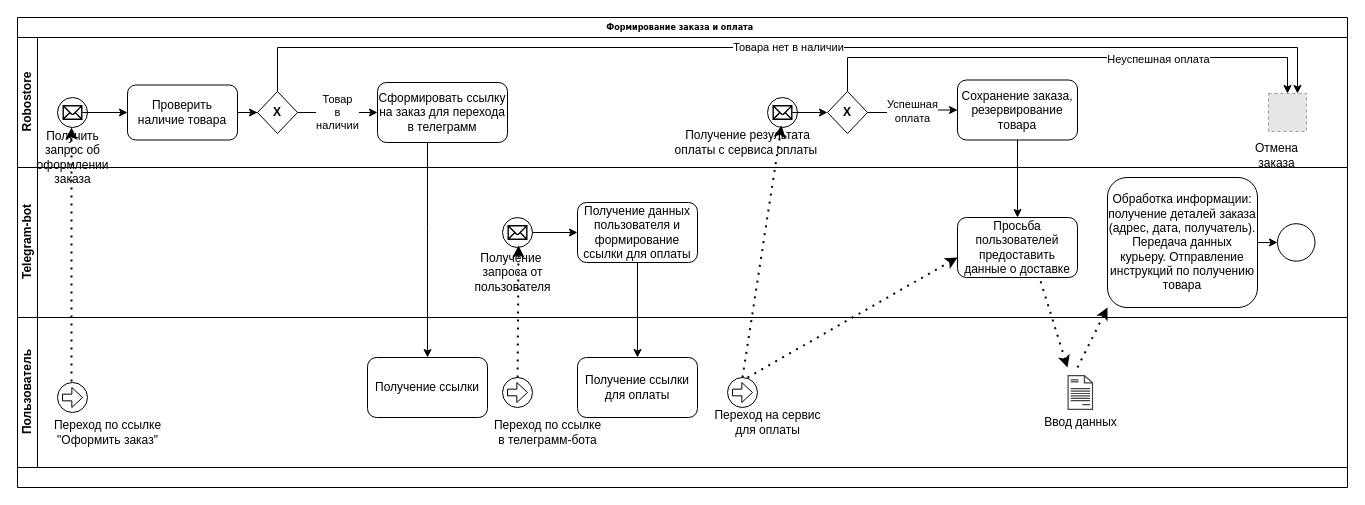
Earlier version of the draw.io diagram computer-systems-design/lab2/проблема 2. диаграмма bpmn.drawio (KaluginaMarina/FourthYearOfItmo). Source tidied: cells renumbered, new cells numbered last; positions are measured from the earlier drawing's top-left corner, leaving out a move shared by most shapes. Both pictures are drawn from the tidied source at 100%, with x=0, y=0 at pixel (17, 17). Pictures stored in the file or linked from it are replaced by grey dashed boxes.
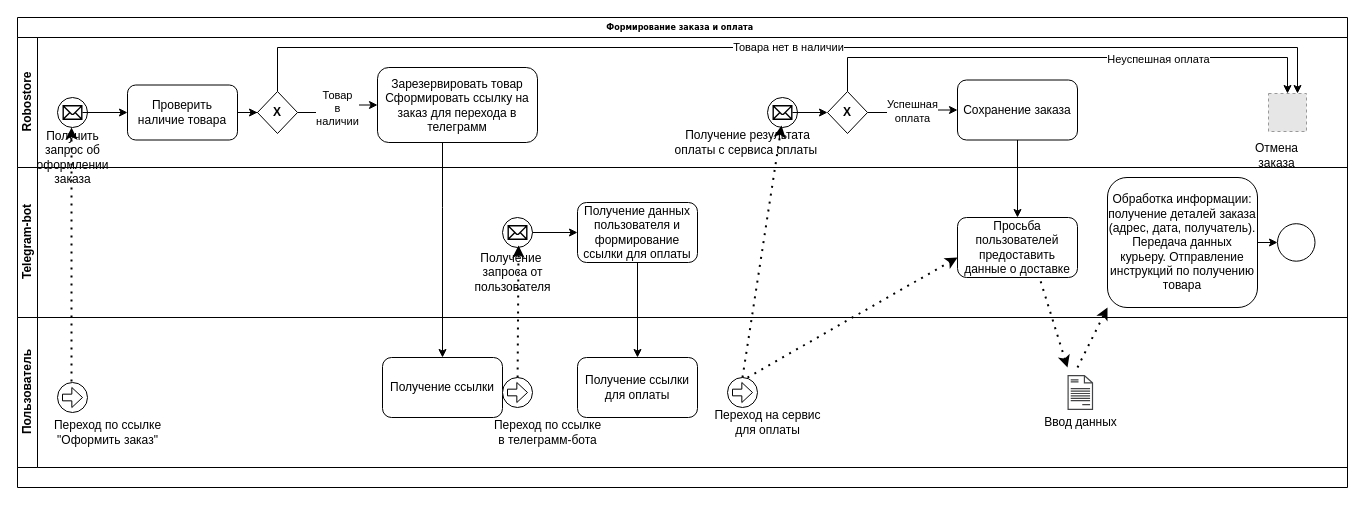
The same diagram, later.

Unchanged cells that the change refers to:
```xml
<mxCell id="2" value="Формирование заказа и оплата&amp;nbsp;&amp;nbsp;" style="swimlane;html=1;horizontal=1;startSize=20;rounded=0;shadow=0;labelBackgroundColor=none;strokeWidth=1;fontFamily=Verdana;fontSize=8;align=center;" parent="1" vertex="1">
  <mxGeometry width="1330" height="470" as="geometry" />
</mxCell>
<mxCell id="3" value="Robostore" style="swimlane;html=1;startSize=20;horizontal=0;" parent="2" vertex="1">
  <mxGeometry y="20" width="1330" height="130" as="geometry" />
</mxCell>
<mxCell id="41" value="Пользователь" style="swimlane;html=1;startSize=20;horizontal=0;" parent="2" vertex="1">
  <mxGeometry y="300" width="1330" height="150" as="geometry" />
</mxCell>
```

What changed in the source:
```diff
@@
-    <mxCell id="12" value="Сформировать ссылку на заказ для перехода в телеграмм" style="rounded=1;whiteSpace=wrap;html=1;" parent="3" vertex="1">
-      <mxGeometry x="360" y="45" width="130" height="60" as="geometry" />
+    <mxCell id="12" value="Зарезервировать товар&lt;br&gt;Сформировать ссылку на заказ для перехода в телеграмм" style="rounded=1;whiteSpace=wrap;html=1;" parent="3" vertex="1">
+      <mxGeometry x="360" y="30" width="160" height="75" as="geometry" />
     </mxCell>
@@
-    <mxCell id="21" value="Сохранение заказа, резервирование товара" style="rounded=1;whiteSpace=wrap;html=1;" parent="3" vertex="1">
+    <mxCell id="21" value="Сохранение заказа" style="rounded=1;whiteSpace=wrap;html=1;" parent="3" vertex="1">
       <mxGeometry x="940" y="42.5" width="120" height="60" as="geometry" />
     </mxCell>
@@
     <mxCell id="44" value="Получение ссылки" style="rounded=1;whiteSpace=wrap;html=1;" parent="41" vertex="1">
-      <mxGeometry x="350" y="40" width="120" height="60" as="geometry" />
+      <mxGeometry x="365" y="40" width="120" height="60" as="geometry" />
     </mxCell>
@@
     <mxCell id="65" style="edgeStyle=orthogonalEdgeStyle;rounded=0;jettySize=auto;html=1;endArrow=classic;endFill=1;" parent="2" edge="1" source="12" target="44">
       <mxGeometry relative="1" as="geometry">
         <Array as="points">
-          <mxPoint x="410" y="210" />
-          <mxPoint x="410" y="210" />
+          <mxPoint x="425" y="190" />
+          <mxPoint x="425" y="190" />
         </Array>
       </mxGeometry>
     </mxCell>
```
